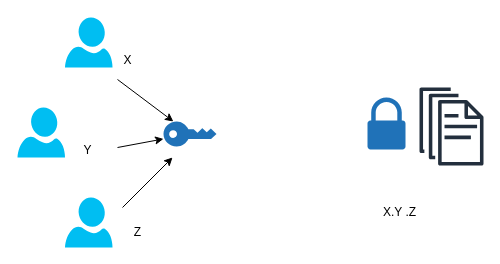
Above: AttackABE.drawio in huyle84/diagrams (draw.io), before the change. Source tidied: cells renumbered, new cells numbered last; positions are measured from the earlier drawing's top-left corner, leaving out a move shared by most shapes. Both pictures are drawn from the tidied source at 100%, with x=0, y=0 at pixel (17, 17).
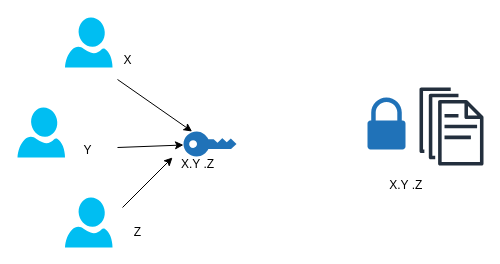
Above is the later version.

Change to the diagram source:
```diff
@@
 <mxGraphModel>
   <root>
     <mxCell id="0" />
     <mxCell id="1" parent="0" />
     <mxCell id="2" style="verticalLabelPosition=bottom;html=1;verticalAlign=top;align=center;strokeColor=none;fillColor=#00BEF2;shape=mxgraph.azure.user;" parent="1" vertex="1">
       <mxGeometry x="47.5" width="47.5" height="50" as="geometry" />
     </mxCell>
     <mxCell id="3" style="verticalLabelPosition=bottom;html=1;verticalAlign=top;align=center;strokeColor=none;fillColor=#00BEF2;shape=mxgraph.azure.user;" parent="1" vertex="1">
       <mxGeometry y="90" width="47.5" height="50" as="geometry" />
     </mxCell>
     <mxCell id="4" style="verticalLabelPosition=bottom;html=1;verticalAlign=top;align=center;strokeColor=none;fillColor=#00BEF2;shape=mxgraph.azure.user;" parent="1" vertex="1">
       <mxGeometry x="47.5" y="180" width="47.5" height="50" as="geometry" />
     </mxCell>
     <mxCell id="5" style="sketch=0;fontColor=#232F3E;gradientColor=none;fillColor=#232F3D;strokeColor=none;dashed=0;verticalLabelPosition=bottom;verticalAlign=top;align=center;html=1;fontSize=12;fontStyle=0;shape=mxgraph.aws4.documents;" parent="1" vertex="1">
       <mxGeometry x="402" y="70" width="64" height="78" as="geometry" />
     </mxCell>
-    <mxCell id="6" value="X.Y .Z" style="text;html=1;align=center;verticalAlign=middle;strokeColor=none;fillColor=none;" parent="1" vertex="1">
-      <mxGeometry x="352" y="180" width="60" height="30" as="geometry" />
+    <mxCell id="6" value="X.Y .Z&amp;nbsp;" style="text;html=1;align=center;verticalAlign=middle;strokeColor=none;fillColor=none;" parent="1" vertex="1">
+      <mxGeometry x="360" y="153" width="60" height="30" as="geometry" />
     </mxCell>
     <mxCell id="7" value="X" style="text;html=1;align=center;verticalAlign=middle;points=[];strokeColor=none;fillColor=none;" parent="1" vertex="1">
       <mxGeometry x="95" y="28" width="30" height="30" as="geometry" />
     </mxCell>
     <mxCell id="8" value="Y" style="text;html=1;align=center;verticalAlign=middle;strokeColor=none;fillColor=none;" parent="1" vertex="1">
       <mxGeometry x="55" y="118" width="30" height="30" as="geometry" />
     </mxCell>
     <mxCell id="9" value="Z" style="text;html=1;align=center;verticalAlign=middle;strokeColor=none;fillColor=none;" parent="1" vertex="1">
       <mxGeometry x="105" y="200" width="30" height="30" as="geometry" />
     </mxCell>
     <mxCell id="10" style="sketch=0;shadow=0;dashed=0;html=1;strokeColor=none;labelPosition=center;verticalLabelPosition=bottom;verticalAlign=top;align=center;shape=mxgraph.office.security.lock_protected;fillColor=#2072B8;" parent="1" vertex="1">
       <mxGeometry x="350" y="80" width="38" height="52" as="geometry" />
     </mxCell>
     <mxCell id="11" style="sketch=0;shadow=0;dashed=0;html=1;strokeColor=none;labelPosition=center;verticalLabelPosition=bottom;verticalAlign=top;outlineConnect=0;align=center;shape=mxgraph.office.security.key_permissions;fillColor=#2072B8;rotation=-90;" parent="1" vertex="1">
-      <mxGeometry x="160" y="90" width="25" height="53" as="geometry" />
+      <mxGeometry x="180" y="100" width="25" height="53" as="geometry" />
     </mxCell>
     <mxCell id="12" style="endArrow=classic;html=1;rounded=0;exitX=0.167;exitY=1.133;exitDx=0;exitDy=0;exitPerimeter=0;" parent="1" edge="1" source="7" target="11">
       <mxGeometry relative="1" as="geometry" />
     </mxCell>
     <mxCell id="13" style="endArrow=classic;html=1;rounded=0;" parent="1" edge="1" target="11">
       <mxGeometry relative="1" as="geometry">
         <mxPoint x="100" y="130" as="sourcePoint" />
       </mxGeometry>
     </mxCell>
     <mxCell id="14" style="endArrow=classic;html=1;rounded=0;" parent="1" edge="1">
       <mxGeometry relative="1" as="geometry">
         <mxPoint x="105" y="190" as="sourcePoint" />
         <mxPoint x="155" y="140" as="targetPoint" />
       </mxGeometry>
     </mxCell>
+    <mxCell id="15" value="X.Y .Z" style="text;html=1;align=center;verticalAlign=middle;strokeColor=none;fillColor=none;" parent="1" vertex="1">
+      <mxGeometry x="150" y="132" width="60" height="30" as="geometry" />
+    </mxCell>
   </root>
 </mxGraphModel>
```
